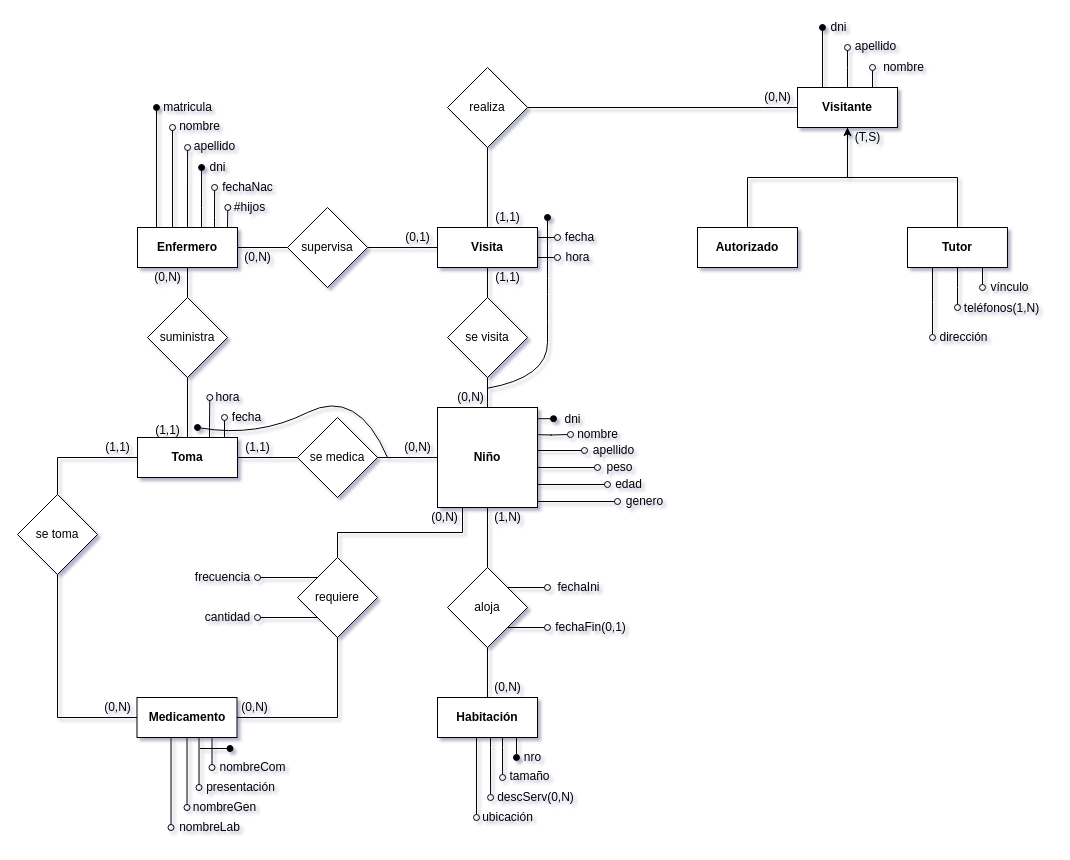
This is BD/01-modelos/07-hospital/ej7-conceptual.drawio from sergiocld99/unlp-tramo-final, a draw.io file, before an edit. Source tidied: cells renumbered, new cells numbered last; positions are measured from the earlier drawing's top-left corner, leaving out a move shared by most shapes. Both pictures are drawn from the tidied source at 100%, with x=0, y=0 at pixel (17, 17).
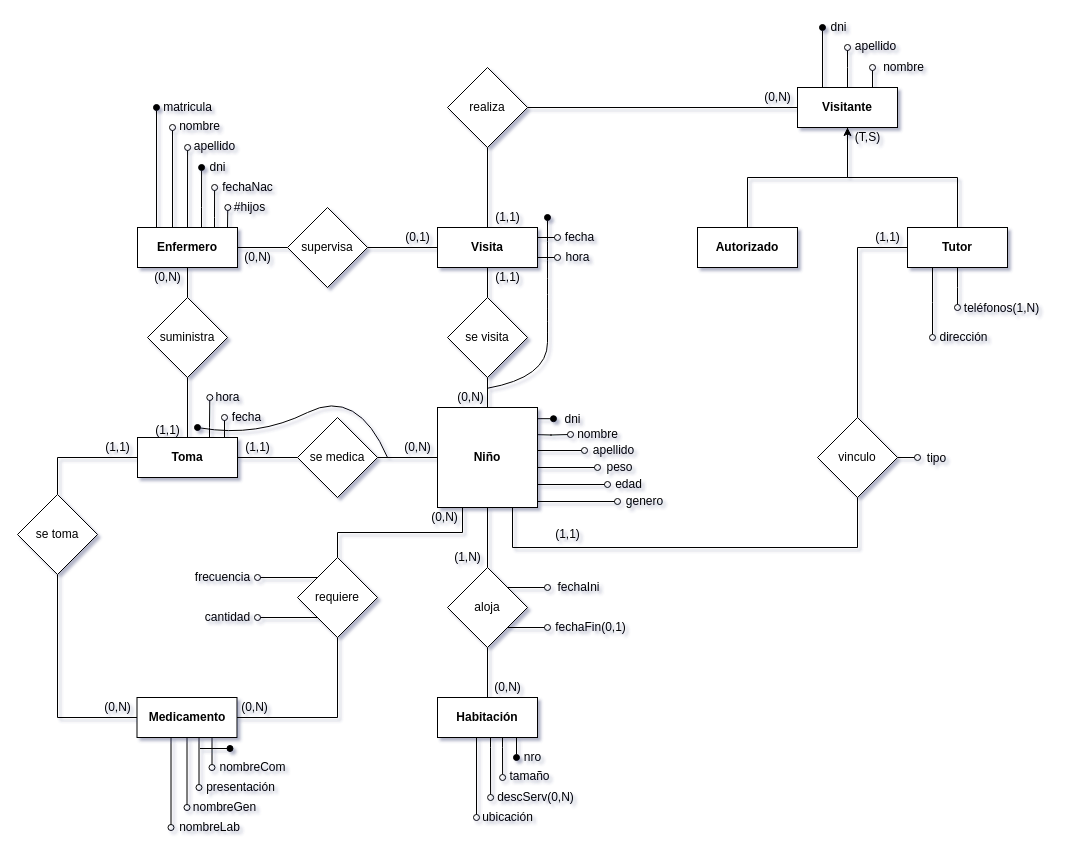
The same page after the edit.

Unchanged cells that the change refers to:
```xml
<mxCell id="22" value="Niño" style="rounded=0;whiteSpace=wrap;html=1;fontStyle=1;" parent="1" vertex="1">
  <mxGeometry x="420" y="390" width="100" height="100" as="geometry" />
</mxCell>
<mxCell id="36" value="Tutor" style="rounded=0;whiteSpace=wrap;html=1;fontStyle=1;" parent="1" vertex="1">
  <mxGeometry x="890" y="210" width="100" height="40" as="geometry" />
</mxCell>
```

What changed in the source:
```diff
@@
-    <mxCell id="33" style="edgeStyle=orthogonalEdgeStyle;rounded=0;jettySize=auto;html=1;exitX=0.75;exitY=1;exitDx=0;exitDy=0;startArrow=none;startFill=0;endArrow=oval;endFill=0;" parent="1" edge="1" source="36">
-      <mxGeometry relative="1" as="geometry">
-        <mxPoint x="965" y="270" as="targetPoint" />
-      </mxGeometry>
-    </mxCell>
@@
     <mxCell id="70" value="(1,N)" style="text;html=1;align=center;verticalAlign=middle;strokeColor=none;fillColor=none;" parent="1" vertex="1">
-      <mxGeometry x="470" y="490" width="40" height="20" as="geometry" />
+      <mxGeometry x="430" y="530" width="40" height="20" as="geometry" />
     </mxCell>
@@
-    <mxCell id="98" value="vínculo" style="text;html=1;align=center;verticalAlign=middle;strokeColor=none;fillColor=none;" parent="1" vertex="1">
-      <mxGeometry x="967" y="260" width="50" height="20" as="geometry" />
-    </mxCell>
@@
+    <mxCell id="125" style="edgeStyle=orthogonalEdgeStyle;rounded=0;jettySize=auto;html=1;exitX=0.5;exitY=1;exitDx=0;exitDy=0;entryX=0.75;entryY=1;entryDx=0;entryDy=0;endArrow=none;endFill=0;" parent="1" edge="1" source="128" target="22">
+      <mxGeometry relative="1" as="geometry">
+        <Array as="points">
+          <mxPoint x="840" y="530" />
+          <mxPoint x="495" y="530" />
+        </Array>
+      </mxGeometry>
+    </mxCell>
+    <mxCell id="126" style="edgeStyle=orthogonalEdgeStyle;rounded=0;jettySize=auto;html=1;exitX=0.5;exitY=0;exitDx=0;exitDy=0;entryX=0;entryY=0.5;entryDx=0;entryDy=0;endArrow=none;endFill=0;" parent="1" edge="1" source="128" target="36">
+      <mxGeometry relative="1" as="geometry" />
+    </mxCell>
+    <mxCell id="127" style="edgeStyle=orthogonalEdgeStyle;rounded=0;jettySize=auto;html=1;exitX=1;exitY=0.5;exitDx=0;exitDy=0;endArrow=oval;endFill=0;" parent="1" edge="1" source="128">
+      <mxGeometry relative="1" as="geometry">
+        <mxPoint x="900" y="440" as="targetPoint" />
+      </mxGeometry>
+    </mxCell>
+    <mxCell id="128" value="vinculo" style="rhombus;whiteSpace=wrap;html=1;" parent="1" vertex="1">
+      <mxGeometry x="800" y="400" width="80" height="80" as="geometry" />
+    </mxCell>
+    <mxCell id="129" value="(1,1)" style="text;html=1;align=center;verticalAlign=middle;strokeColor=none;fillColor=none;" parent="1" vertex="1">
+      <mxGeometry x="530" y="507" width="40" height="20" as="geometry" />
+    </mxCell>
+    <mxCell id="130" value="(1,1)" style="text;html=1;align=center;verticalAlign=middle;strokeColor=none;fillColor=none;" parent="1" vertex="1">
+      <mxGeometry x="850" y="210" width="40" height="20" as="geometry" />
+    </mxCell>
+    <mxCell id="131" value="tipo" style="text;html=1;align=center;verticalAlign=middle;strokeColor=none;fillColor=none;" parent="1" vertex="1">
+      <mxGeometry x="904" y="431" width="30" height="20" as="geometry" />
+    </mxCell>
```
